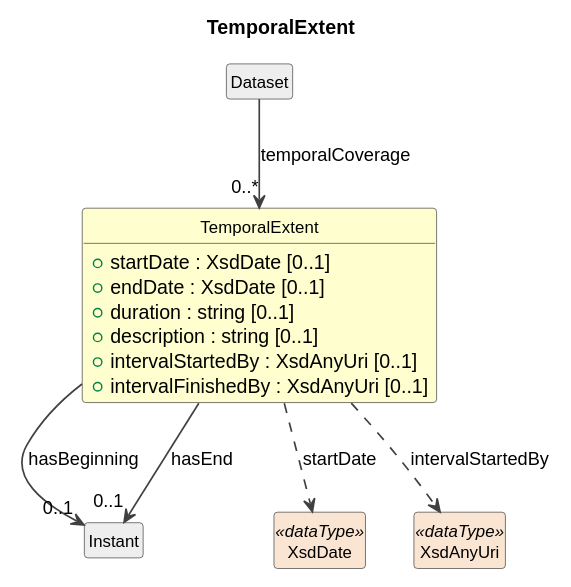
The PlantUML diagram cdif-uml-model/_plantuml/cdifDiscovery/Classes/TemporalExtent.svg in Cross-Domain-Interoperability-Framework/metadataBuildingBlocks, before a commit. Its diagram source:
```plantuml
@startuml
title TemporalExtent
hide circle
hide empty members
skinparam shadowing false
skinparam ArrowThickness 1.2
skinparam class {
  ArrowColor #404040
  BorderColor #404040
  FontSize 12
}

class "TemporalExtent" as TemporalExtent #FEFECE {
  +startDate : XsdDate [0..1]
  +endDate : XsdDate [0..1]
  +duration : string [0..1]
  +description : string [0..1]
  +intervalStartedBy : XsdAnyUri [0..1]
  +intervalFinishedBy : XsdAnyUri [0..1]
}
class "Dataset" as Dataset #EEEEEE
Dataset --> "0..*" TemporalExtent : temporalCoverage
class "Instant" as Instant #EEEEEE
TemporalExtent --> "0..1" Instant : hasBeginning
TemporalExtent --> "0..1" Instant : hasEnd
class "XsdDate" as XsdDate <<dataType>> #FAE5D3
TemporalExtent ..> XsdDate : startDate
class "XsdAnyUri" as XsdAnyUri <<dataType>> #FAE5D3
TemporalExtent ..> XsdAnyUri : intervalStartedBy
@enduml
```
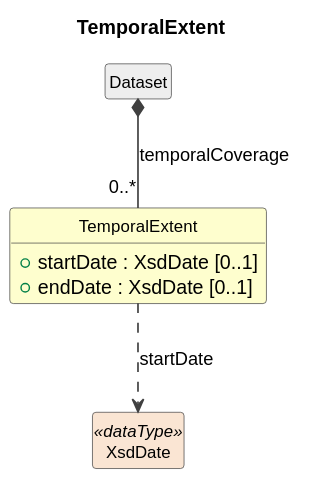
The same diagram one commit later.

What changed in the source:
```diff
@@ -13,18 +13,9 @@
 class "TemporalExtent" as TemporalExtent #FEFECE {
   +startDate : XsdDate [0..1]
   +endDate : XsdDate [0..1]
-  +duration : string [0..1]
-  +description : string [0..1]
-  +intervalStartedBy : XsdAnyUri [0..1]
-  +intervalFinishedBy : XsdAnyUri [0..1]
 }
 class "Dataset" as Dataset #EEEEEE
-Dataset --> "0..*" TemporalExtent : temporalCoverage
-class "Instant" as Instant #EEEEEE
-TemporalExtent --> "0..1" Instant : hasBeginning
-TemporalExtent --> "0..1" Instant : hasEnd
+Dataset *-- "0..*" TemporalExtent : temporalCoverage
 class "XsdDate" as XsdDate <<dataType>> #FAE5D3
 TemporalExtent ..> XsdDate : startDate
-class "XsdAnyUri" as XsdAnyUri <<dataType>> #FAE5D3
-TemporalExtent ..> XsdAnyUri : intervalStartedBy
 @enduml
```
